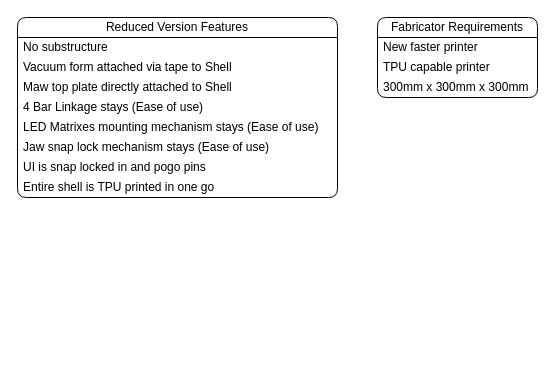
Earlier version of the draw.io diagram page "Page-1" (1 of 2) of Documents/Reduced.drawio (Cyberspecies/Synth-Head). Source tidied: cells renumbered, new cells numbered last; positions are measured from the earlier drawing's top-left corner, leaving out a move shared by most shapes. Both pictures are drawn from the tidied source at 100%, with x=0, y=0 at pixel (17, 17).
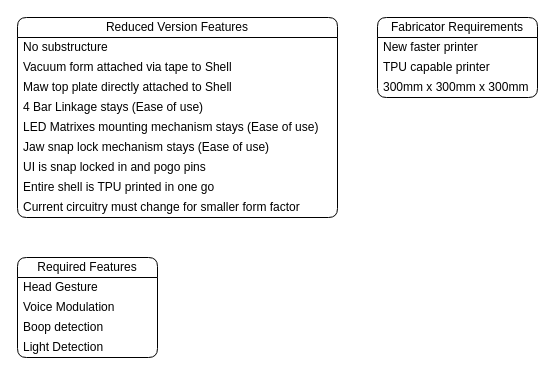
The same page after the edit.

Commit message:
Added Hardware architecture ideation

The edit, as a diff of the source:
```diff
@@
     <mxCell id="2" value="Reduced Version Features" style="swimlane;fontStyle=0;horizontal=1;startSize=20;whiteSpace=wrap;html=1;rounded=1;" parent="1" vertex="1">
-      <mxGeometry width="320" height="180" as="geometry" />
+      <mxGeometry width="320" height="200" as="geometry" />
     </mxCell>
@@
+    <mxCell id="15" value="Current circuitry must change for smaller form factor" style="text;strokeColor=none;fillColor=none;align=left;verticalAlign=middle;spacingLeft=4;spacingRight=4;overflow=hidden;whiteSpace=wrap;html=1;" parent="2" vertex="1">
+      <mxGeometry y="180" width="320" height="20" as="geometry" />
+    </mxCell>
@@
+    <mxCell id="16" value="Required Features" style="swimlane;fontStyle=0;horizontal=1;startSize=20;whiteSpace=wrap;html=1;rounded=1;" parent="1" vertex="1">
+      <mxGeometry y="240" width="140" height="100" as="geometry" />
+    </mxCell>
+    <mxCell id="17" value="Head Gesture" style="text;strokeColor=none;fillColor=none;align=left;verticalAlign=middle;spacingLeft=4;spacingRight=4;overflow=hidden;whiteSpace=wrap;html=1;" parent="16" vertex="1">
+      <mxGeometry y="20" width="140" height="20" as="geometry" />
+    </mxCell>
+    <mxCell id="18" value="Voice Modulation" style="text;strokeColor=none;fillColor=none;align=left;verticalAlign=middle;spacingLeft=4;spacingRight=4;overflow=hidden;whiteSpace=wrap;html=1;" parent="16" vertex="1">
+      <mxGeometry y="40" width="140" height="20" as="geometry" />
+    </mxCell>
+    <mxCell id="19" value="Boop detection" style="text;strokeColor=none;fillColor=none;align=left;verticalAlign=middle;spacingLeft=4;spacingRight=4;overflow=hidden;whiteSpace=wrap;html=1;" parent="16" vertex="1">
+      <mxGeometry y="60" width="140" height="20" as="geometry" />
+    </mxCell>
+    <mxCell id="20" value="Light Detection" style="text;strokeColor=none;fillColor=none;align=left;verticalAlign=middle;spacingLeft=4;spacingRight=4;overflow=hidden;whiteSpace=wrap;html=1;" parent="16" vertex="1">
+      <mxGeometry y="80" width="140" height="20" as="geometry" />
+    </mxCell>
```
